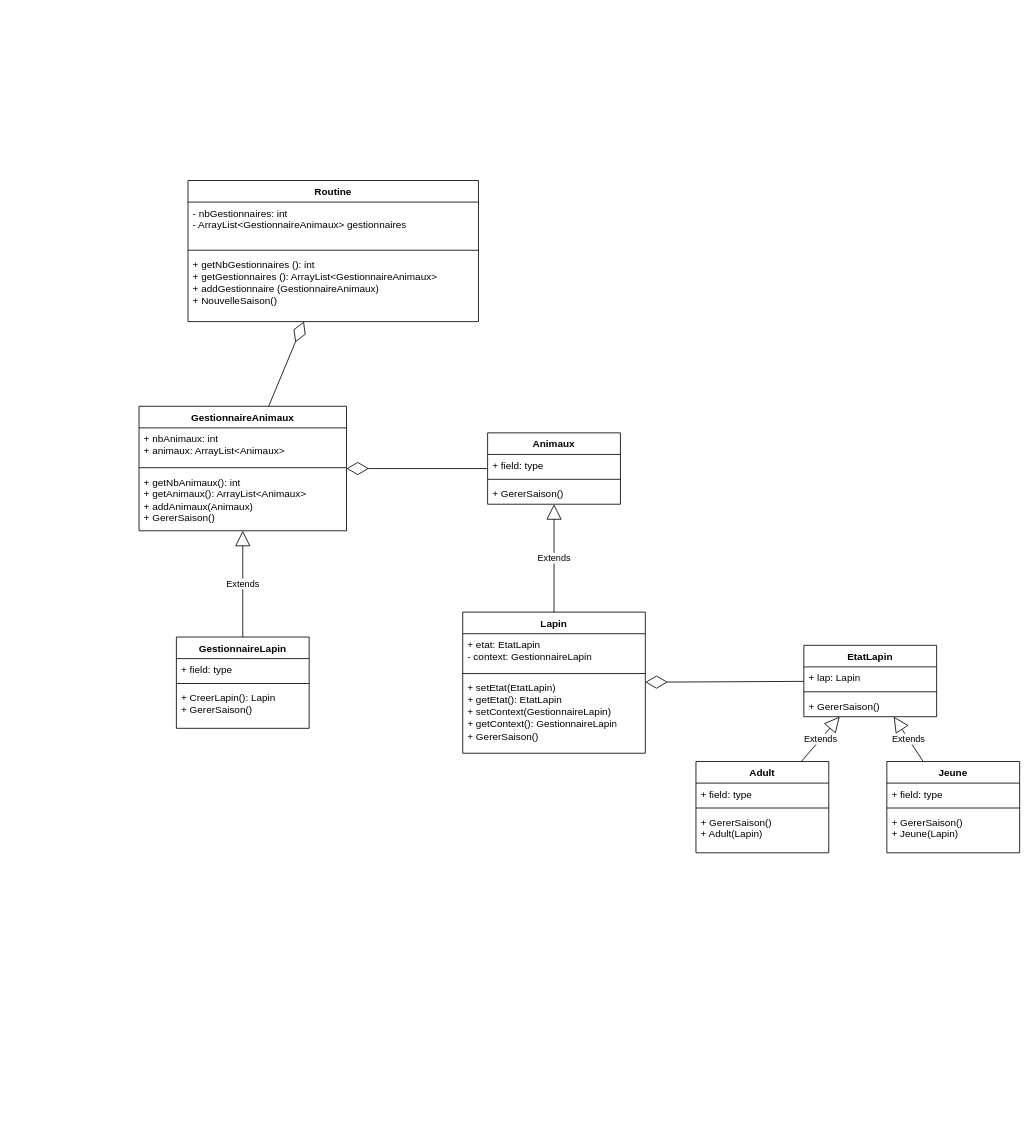
Before: Diagramme sans nom.drawio in myumally/Lapin, a draw.io diagram. Source tidied: cells renumbered, new cells numbered last; positions are measured from the earlier drawing's top-left corner, leaving out a move shared by most shapes. Both pictures are drawn from the tidied source at 83%, with x=0, y=0 at pixel (139, 180).
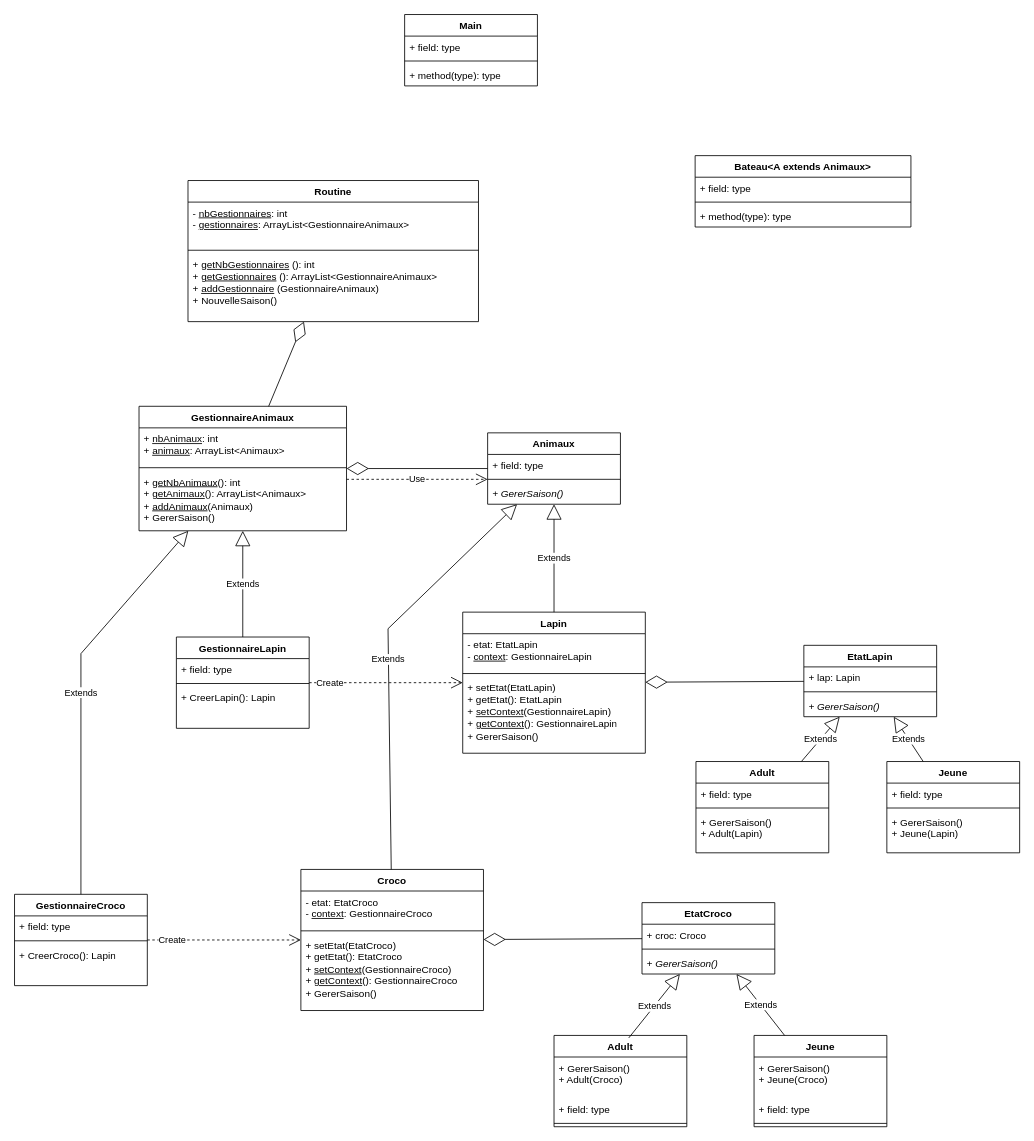
The same diagram, later.

Commit message:
Mettre à jour Diagramme sans nom.drawio

Unchanged cells that the change refers to:
```xml
<mxCell id="2" value="Routine" style="swimlane;fontStyle=1;align=center;verticalAlign=top;horizontal=1;startSize=26;whiteSpace=wrap;html=1;" parent="1" vertex="1">
  <mxGeometry x="59" width="350" height="170" as="geometry" />
</mxCell>
<mxCell id="6" value="Animaux" style="swimlane;fontStyle=1;align=center;verticalAlign=top;horizontal=1;startSize=26;whiteSpace=wrap;html=1;" parent="1" vertex="1">
  <mxGeometry x="420" y="304" width="160" height="86" as="geometry" />
</mxCell>
<mxCell id="10" value="GestionnaireAnimaux" style="swimlane;fontStyle=1;align=center;verticalAlign=top;horizontal=1;startSize=26;whiteSpace=wrap;html=1;" parent="1" vertex="1">
  <mxGeometry y="272" width="250" height="150" as="geometry" />
</mxCell>
<mxCell id="14" value="Lapin" style="swimlane;fontStyle=1;align=center;verticalAlign=top;horizontal=1;startSize=26;whiteSpace=wrap;html=1;" parent="1" vertex="1">
  <mxGeometry x="390" y="520" width="220" height="170" as="geometry" />
</mxCell>
<mxCell id="18" value="GestionnaireLapin" style="swimlane;fontStyle=1;align=center;verticalAlign=top;horizontal=1;startSize=26;whiteSpace=wrap;html=1;" parent="1" vertex="1">
  <mxGeometry x="45" y="550" width="160" height="110" as="geometry" />
</mxCell>
<mxCell id="22" value="EtatLapin" style="swimlane;fontStyle=1;align=center;verticalAlign=top;horizontal=1;startSize=26;whiteSpace=wrap;html=1;" parent="1" vertex="1">
  <mxGeometry x="801" y="560" width="160" height="86" as="geometry" />
</mxCell>
```

Diff of the diagram source:
```diff
@@
-    <mxCell id="3" value="&lt;div&gt;- nbGestionnaires: int&lt;/div&gt;&lt;div&gt;- ArrayList&amp;lt;GestionnaireAnimaux&amp;gt; gestionnaires&lt;br&gt;&lt;/div&gt;" style="text;strokeColor=none;fillColor=none;align=left;verticalAlign=top;spacingLeft=4;spacingRight=4;overflow=hidden;whiteSpace=wrap;html=1;" parent="2" vertex="1">
+    <mxCell id="3" value="&lt;div&gt;- &lt;u&gt;nbGestionnaires&lt;/u&gt;: int&lt;/div&gt;&lt;div&gt;- &lt;u&gt;gestionnaires&lt;/u&gt;: ArrayList&amp;lt;GestionnaireAnimaux&amp;gt;&lt;br&gt;&lt;/div&gt;" style="text;strokeColor=none;fillColor=none;align=left;verticalAlign=top;spacingLeft=4;spacingRight=4;overflow=hidden;whiteSpace=wrap;html=1;" parent="2" vertex="1">
       <mxGeometry y="26" width="350" height="54" as="geometry" />
     </mxCell>
@@
-    <mxCell id="5" value="&lt;div&gt;+ &lt;span style=&quot;white-space: pre;&quot;&gt;getNbGestionnaires&lt;/span&gt;&lt;span style=&quot;color: rgb(220, 220, 170); white-space: pre;&quot;&gt; &lt;/span&gt;&lt;span style=&quot;white-space: normal&quot;&gt;(): int&lt;/span&gt;&lt;/div&gt;&lt;div&gt;&lt;span style=&quot;white-space: normal&quot;&gt;+ &lt;/span&gt;&lt;span style=&quot;white-space: pre;&quot;&gt;getGestionnaires (): &lt;/span&gt;&lt;span style=&quot;white-space: pre;&quot;&gt;ArrayList&lt;/span&gt;&lt;span style=&quot;white-space: pre;&quot;&gt;&amp;lt;&lt;/span&gt;&lt;span style=&quot;white-space: pre;&quot;&gt;GestionnaireAnimaux&lt;/span&gt;&lt;span style=&quot;white-space: pre;&quot;&gt;&amp;gt;&lt;/span&gt;&lt;/div&gt;&lt;div&gt;&lt;span style=&quot;white-space: pre;&quot;&gt;+ &lt;/span&gt;&lt;span style=&quot;white-space: pre;&quot;&gt;addGestionnaire (&lt;/span&gt;&lt;span style=&quot;white-space: pre;&quot;&gt;GestionnaireAnimaux)&lt;/span&gt;&lt;/div&gt;&lt;div&gt;&lt;span style=&quot;white-space: pre;&quot;&gt;+ &lt;/span&gt;&lt;span style=&quot;white-space: pre;&quot;&gt;NouvelleSaison()&lt;/span&gt;&lt;/div&gt;&lt;div&gt;&lt;span style=&quot;white-space: normal&quot;&gt;&lt;/span&gt;&lt;/div&gt;" style="text;strokeColor=none;fillColor=none;align=left;verticalAlign=top;spacingLeft=4;spacingRight=4;overflow=hidden;whiteSpace=wrap;html=1;" parent="2" vertex="1">
+    <mxCell id="5" value="&lt;div&gt;+ &lt;u&gt;&lt;span style=&quot;white-space: pre;&quot;&gt;getNbGestionnaires&lt;/span&gt;&lt;/u&gt;&lt;span style=&quot;color: rgb(220, 220, 170); white-space: pre;&quot;&gt; &lt;/span&gt;&lt;span style=&quot;white-space: normal&quot;&gt;(): int&lt;/span&gt;&lt;/div&gt;&lt;div&gt;&lt;span style=&quot;white-space: normal&quot;&gt;+ &lt;/span&gt;&lt;span style=&quot;white-space: pre;&quot;&gt;&lt;u&gt;getGestionnaires&lt;/u&gt; (): &lt;/span&gt;&lt;span style=&quot;white-space: pre;&quot;&gt;ArrayList&lt;/span&gt;&lt;span style=&quot;white-space: pre;&quot;&gt;&amp;lt;&lt;/span&gt;&lt;span style=&quot;white-space: pre;&quot;&gt;GestionnaireAnimaux&lt;/span&gt;&lt;span style=&quot;white-space: pre;&quot;&gt;&amp;gt;&lt;/span&gt;&lt;/div&gt;&lt;div&gt;&lt;span style=&quot;white-space: pre;&quot;&gt;+ &lt;/span&gt;&lt;span style=&quot;white-space: pre;&quot;&gt;&lt;u&gt;addGestionnaire&lt;/u&gt; (&lt;/span&gt;&lt;span style=&quot;white-space: pre;&quot;&gt;GestionnaireAnimaux)&lt;/span&gt;&lt;/div&gt;&lt;div&gt;&lt;span style=&quot;white-space: pre;&quot;&gt;+ &lt;/span&gt;&lt;span style=&quot;white-space: pre;&quot;&gt;NouvelleSaison()&lt;/span&gt;&lt;/div&gt;&lt;div&gt;&lt;span style=&quot;white-space: normal&quot;&gt;&lt;/span&gt;&lt;/div&gt;" style="text;strokeColor=none;fillColor=none;align=left;verticalAlign=top;spacingLeft=4;spacingRight=4;overflow=hidden;whiteSpace=wrap;html=1;" parent="2" vertex="1">
       <mxGeometry y="88" width="350" height="82" as="geometry" />
     </mxCell>
@@
-    <mxCell id="9" value="+ GererSaison()" style="text;strokeColor=none;fillColor=none;align=left;verticalAlign=top;spacingLeft=4;spacingRight=4;overflow=hidden;whiteSpace=wrap;html=1;" parent="6" vertex="1">
+    <mxCell id="9" value="&lt;i&gt;+ GererSaison()&lt;/i&gt;" style="text;strokeColor=none;fillColor=none;align=left;verticalAlign=top;spacingLeft=4;spacingRight=4;overflow=hidden;whiteSpace=wrap;html=1;" parent="6" vertex="1">
       <mxGeometry y="60" width="160" height="26" as="geometry" />
     </mxCell>
@@
-    <mxCell id="11" value="&lt;div&gt;+ &lt;font style=&quot;white-space: pre;&quot; color=&quot;#000000&quot;&gt;nbAnimaux&lt;/font&gt;: int&lt;/div&gt;&lt;div&gt;+ animaux: ArrayList&amp;lt;Animaux&amp;gt;&lt;br&gt;&lt;/div&gt;" style="text;strokeColor=none;fillColor=none;align=left;verticalAlign=top;spacingLeft=4;spacingRight=4;overflow=hidden;whiteSpace=wrap;html=1;" parent="10" vertex="1">
+    <mxCell id="11" value="&lt;div&gt;+ &lt;u&gt;&lt;font style=&quot;white-space: pre;&quot; color=&quot;#000000&quot;&gt;nbAnimaux&lt;/font&gt;&lt;/u&gt;: int&lt;/div&gt;&lt;div&gt;+ &lt;u&gt;animaux&lt;/u&gt;: ArrayList&amp;lt;Animaux&amp;gt;&lt;br&gt;&lt;/div&gt;" style="text;strokeColor=none;fillColor=none;align=left;verticalAlign=top;spacingLeft=4;spacingRight=4;overflow=hidden;whiteSpace=wrap;html=1;" parent="10" vertex="1">
       <mxGeometry y="26" width="250" height="44" as="geometry" />
     </mxCell>
@@
-    <mxCell id="13" value="&lt;div&gt;+ &lt;span style=&quot;white-space: pre;&quot;&gt;getNbAnimaux&lt;/span&gt;(): int&lt;/div&gt;&lt;div&gt;+ getAnimaux(): ArrayList&amp;lt;Animaux&amp;gt;&lt;/div&gt;&lt;div&gt;+ addAnimaux(Animaux)&lt;/div&gt;&lt;div&gt;+ GererSaison()&lt;br&gt;&lt;/div&gt;" style="text;strokeColor=none;fillColor=none;align=left;verticalAlign=top;spacingLeft=4;spacingRight=4;overflow=hidden;whiteSpace=wrap;html=1;" parent="10" vertex="1">
+    <mxCell id="13" value="&lt;div&gt;+ &lt;u&gt;&lt;span style=&quot;white-space: pre;&quot;&gt;getNbAnimaux&lt;/span&gt;&lt;/u&gt;(): int&lt;/div&gt;&lt;div&gt;+ &lt;u&gt;getAnimaux&lt;/u&gt;(): ArrayList&amp;lt;Animaux&amp;gt;&lt;/div&gt;&lt;div&gt;+ &lt;u&gt;addAnimaux&lt;/u&gt;(Animaux)&lt;/div&gt;&lt;div&gt;+ GererSaison()&lt;br&gt;&lt;/div&gt;" style="text;strokeColor=none;fillColor=none;align=left;verticalAlign=top;spacingLeft=4;spacingRight=4;overflow=hidden;whiteSpace=wrap;html=1;" parent="10" vertex="1">
       <mxGeometry y="78" width="250" height="72" as="geometry" />
     </mxCell>
@@
-    <mxCell id="15" value="&lt;div&gt;+ etat: EtatLapin&lt;/div&gt;&lt;div&gt;- context: GestionnaireLapin&lt;br&gt;&lt;/div&gt;" style="text;strokeColor=none;fillColor=none;align=left;verticalAlign=top;spacingLeft=4;spacingRight=4;overflow=hidden;whiteSpace=wrap;html=1;" parent="14" vertex="1">
+    <mxCell id="15" value="&lt;div&gt;- etat: EtatLapin&lt;/div&gt;&lt;div&gt;- &lt;u&gt;context&lt;/u&gt;: GestionnaireLapin&lt;br&gt;&lt;/div&gt;" style="text;strokeColor=none;fillColor=none;align=left;verticalAlign=top;spacingLeft=4;spacingRight=4;overflow=hidden;whiteSpace=wrap;html=1;" parent="14" vertex="1">
       <mxGeometry y="26" width="220" height="44" as="geometry" />
     </mxCell>
@@
-    <mxCell id="17" value="&lt;div&gt;+ setEtat(EtatLapin)&lt;/div&gt;&lt;div&gt;+ getEtat(): EtatLapin&lt;/div&gt;&lt;div&gt;+ setContext(GestionnaireLapin)&lt;/div&gt;&lt;div&gt;+ getContext(): GestionnaireLapin&lt;/div&gt;&lt;div&gt;+ GererSaison()&lt;br&gt;&lt;/div&gt;" style="text;strokeColor=none;fillColor=none;align=left;verticalAlign=top;spacingLeft=4;spacingRight=4;overflow=hidden;whiteSpace=wrap;html=1;" parent="14" vertex="1">
+    <mxCell id="17" value="&lt;div&gt;+ setEtat(EtatLapin)&lt;/div&gt;&lt;div&gt;+ getEtat(): EtatLapin&lt;/div&gt;&lt;div&gt;+ &lt;u&gt;setContext&lt;/u&gt;(GestionnaireLapin)&lt;/div&gt;&lt;div&gt;+ &lt;u&gt;getContext&lt;/u&gt;(): GestionnaireLapin&lt;/div&gt;&lt;div&gt;+ GererSaison()&lt;br&gt;&lt;/div&gt;" style="text;strokeColor=none;fillColor=none;align=left;verticalAlign=top;spacingLeft=4;spacingRight=4;overflow=hidden;whiteSpace=wrap;html=1;" parent="14" vertex="1">
       <mxGeometry y="78" width="220" height="92" as="geometry" />
     </mxCell>
@@
-    <mxCell id="21" value="&lt;div&gt;+ CreerLapin(): Lapin&lt;/div&gt;&lt;div&gt;+ GererSaison()&lt;br&gt;&lt;/div&gt;" style="text;strokeColor=none;fillColor=none;align=left;verticalAlign=top;spacingLeft=4;spacingRight=4;overflow=hidden;whiteSpace=wrap;html=1;" parent="18" vertex="1">
+    <mxCell id="21" value="&lt;div&gt;+ CreerLapin(): Lapin&lt;/div&gt;" style="text;strokeColor=none;fillColor=none;align=left;verticalAlign=top;spacingLeft=4;spacingRight=4;overflow=hidden;whiteSpace=wrap;html=1;" parent="18" vertex="1">
       <mxGeometry y="60" width="160" height="50" as="geometry" />
     </mxCell>
@@
-    <mxCell id="25" value="+ GererSaison()" style="text;strokeColor=none;fillColor=none;align=left;verticalAlign=top;spacingLeft=4;spacingRight=4;overflow=hidden;whiteSpace=wrap;html=1;" parent="22" vertex="1">
+    <mxCell id="25" value="&lt;i&gt;+ GererSaison()&lt;/i&gt;" style="text;strokeColor=none;fillColor=none;align=left;verticalAlign=top;spacingLeft=4;spacingRight=4;overflow=hidden;whiteSpace=wrap;html=1;" parent="22" vertex="1">
       <mxGeometry y="60" width="160" height="26" as="geometry" />
     </mxCell>
@@
+    <mxCell id="41" value="Main" style="swimlane;fontStyle=1;align=center;verticalAlign=top;horizontal=1;startSize=26;whiteSpace=wrap;html=1;" parent="1" vertex="1">
+      <mxGeometry x="320" y="-200" width="160" height="86" as="geometry" />
+    </mxCell>
+    <mxCell id="42" value="+ field: type" style="text;strokeColor=none;fillColor=none;align=left;verticalAlign=top;spacingLeft=4;spacingRight=4;overflow=hidden;whiteSpace=wrap;html=1;" parent="41" vertex="1">
+      <mxGeometry y="26" width="160" height="26" as="geometry" />
+    </mxCell>
+    <mxCell id="43" style="line;strokeWidth=1;fillColor=none;align=left;verticalAlign=middle;spacingTop=-1;spacingLeft=3;spacingRight=3;labelPosition=right;strokeColor=inherit;" parent="41" vertex="1">
+      <mxGeometry y="52" width="160" height="8" as="geometry" />
+    </mxCell>
+    <mxCell id="44" value="+ method(type): type" style="text;strokeColor=none;fillColor=none;align=left;verticalAlign=top;spacingLeft=4;spacingRight=4;overflow=hidden;whiteSpace=wrap;html=1;" parent="41" vertex="1">
+      <mxGeometry y="60" width="160" height="26" as="geometry" />
+    </mxCell>
+    <mxCell id="45" value="Use" style="endArrow=open;endSize=12;dashed=1;html=1;rounded=0;" parent="1" edge="1">
+      <mxGeometry relative="1" as="geometry">
+        <mxPoint x="250" y="360" as="sourcePoint" />
+        <mxPoint x="420" y="360" as="targetPoint" />
+      </mxGeometry>
+    </mxCell>
+    <mxCell id="46" value="Create" style="endArrow=open;endSize=12;dashed=1;html=1;rounded=0;" parent="1" edge="1" source="18" target="14">
+      <mxGeometry x="-0.73" relative="1" as="geometry" />
+    </mxCell>
+    <mxCell id="47" value="Croco" style="swimlane;fontStyle=1;align=center;verticalAlign=top;horizontal=1;startSize=26;whiteSpace=wrap;html=1;" parent="1" vertex="1">
+      <mxGeometry x="195" y="830" width="220" height="170" as="geometry" />
+    </mxCell>
+    <mxCell id="48" value="&lt;div&gt;- etat: EtatCroco&lt;/div&gt;&lt;div&gt;- &lt;u&gt;context&lt;/u&gt;: GestionnaireCroco&lt;br&gt;&lt;/div&gt;" style="text;strokeColor=none;fillColor=none;align=left;verticalAlign=top;spacingLeft=4;spacingRight=4;overflow=hidden;whiteSpace=wrap;html=1;" parent="47" vertex="1">
+      <mxGeometry y="26" width="220" height="44" as="geometry" />
+    </mxCell>
+    <mxCell id="49" style="line;strokeWidth=1;fillColor=none;align=left;verticalAlign=middle;spacingTop=-1;spacingLeft=3;spacingRight=3;labelPosition=right;strokeColor=inherit;" parent="47" vertex="1">
+      <mxGeometry y="70" width="220" height="8" as="geometry" />
+    </mxCell>
+    <mxCell id="50" value="&lt;div&gt;+ setEtat(EtatCroco)&lt;/div&gt;&lt;div&gt;+ getEtat(): EtatCroco&lt;/div&gt;&lt;div&gt;+ &lt;u&gt;setContext&lt;/u&gt;(GestionnaireCroco)&lt;/div&gt;&lt;div&gt;+ &lt;u&gt;getContext&lt;/u&gt;(): GestionnaireCroco&lt;/div&gt;&lt;div&gt;+ GererSaison()&lt;br&gt;&lt;/div&gt;" style="text;strokeColor=none;fillColor=none;align=left;verticalAlign=top;spacingLeft=4;spacingRight=4;overflow=hidden;whiteSpace=wrap;html=1;" parent="47" vertex="1">
+      <mxGeometry y="78" width="220" height="92" as="geometry" />
+    </mxCell>
+    <mxCell id="51" value="GestionnaireCroco" style="swimlane;fontStyle=1;align=center;verticalAlign=top;horizontal=1;startSize=26;whiteSpace=wrap;html=1;" parent="1" vertex="1">
+      <mxGeometry x="-150" y="860" width="160" height="110" as="geometry" />
+    </mxCell>
+    <mxCell id="52" value="+ field: type" style="text;strokeColor=none;fillColor=none;align=left;verticalAlign=top;spacingLeft=4;spacingRight=4;overflow=hidden;whiteSpace=wrap;html=1;" parent="51" vertex="1">
+      <mxGeometry y="26" width="160" height="26" as="geometry" />
+    </mxCell>
+    <mxCell id="53" style="line;strokeWidth=1;fillColor=none;align=left;verticalAlign=middle;spacingTop=-1;spacingLeft=3;spacingRight=3;labelPosition=right;strokeColor=inherit;" parent="51" vertex="1">
+      <mxGeometry y="52" width="160" height="8" as="geometry" />
+    </mxCell>
+    <mxCell id="54" value="&lt;div&gt;+ CreerCroco(): Lapin&lt;/div&gt;" style="text;strokeColor=none;fillColor=none;align=left;verticalAlign=top;spacingLeft=4;spacingRight=4;overflow=hidden;whiteSpace=wrap;html=1;" parent="51" vertex="1">
+      <mxGeometry y="60" width="160" height="50" as="geometry" />
+    </mxCell>
+    <mxCell id="55" value="EtatCroco" style="swimlane;fontStyle=1;align=center;verticalAlign=top;horizontal=1;startSize=26;whiteSpace=wrap;html=1;" parent="1" vertex="1">
+      <mxGeometry x="606" y="870" width="160" height="86" as="geometry" />
+    </mxCell>
+    <mxCell id="56" value="+ croc: Croco" style="text;strokeColor=none;fillColor=none;align=left;verticalAlign=top;spacingLeft=4;spacingRight=4;overflow=hidden;whiteSpace=wrap;html=1;" parent="55" vertex="1">
+      <mxGeometry y="26" width="160" height="26" as="geometry" />
+    </mxCell>
+    <mxCell id="57" style="line;strokeWidth=1;fillColor=none;align=left;verticalAlign=middle;spacingTop=-1;spacingLeft=3;spacingRight=3;labelPosition=right;strokeColor=inherit;" parent="55" vertex="1">
+      <mxGeometry y="52" width="160" height="8" as="geometry" />
+    </mxCell>
+    <mxCell id="58" value="&lt;i&gt;+ GererSaison()&lt;/i&gt;" style="text;strokeColor=none;fillColor=none;align=left;verticalAlign=top;spacingLeft=4;spacingRight=4;overflow=hidden;whiteSpace=wrap;html=1;" parent="55" vertex="1">
+      <mxGeometry y="60" width="160" height="26" as="geometry" />
+    </mxCell>
+    <mxCell id="59" value="Adult" style="swimlane;fontStyle=1;align=center;verticalAlign=top;horizontal=1;startSize=26;whiteSpace=wrap;html=1;" parent="1" vertex="1">
+      <mxGeometry x="500" y="1030" width="160" height="110" as="geometry" />
+    </mxCell>
+    <mxCell id="60" value="&lt;div&gt;+ GererSaison()&lt;/div&gt;&lt;div&gt;+ Adult(Croco)&lt;br&gt;&lt;/div&gt;" style="text;strokeColor=none;fillColor=none;align=left;verticalAlign=top;spacingLeft=4;spacingRight=4;overflow=hidden;whiteSpace=wrap;html=1;" parent="59" vertex="1">
+      <mxGeometry y="26" width="160" height="50" as="geometry" />
+    </mxCell>
+    <mxCell id="61" value="+ field: type" style="text;strokeColor=none;fillColor=none;align=left;verticalAlign=top;spacingLeft=4;spacingRight=4;overflow=hidden;whiteSpace=wrap;html=1;" parent="59" vertex="1">
+      <mxGeometry y="76" width="160" height="26" as="geometry" />
+    </mxCell>
+    <mxCell id="62" style="line;strokeWidth=1;fillColor=none;align=left;verticalAlign=middle;spacingTop=-1;spacingLeft=3;spacingRight=3;labelPosition=right;strokeColor=inherit;" parent="59" vertex="1">
+      <mxGeometry y="102" width="160" height="8" as="geometry" />
+    </mxCell>
+    <mxCell id="63" value="Jeune" style="swimlane;fontStyle=1;align=center;verticalAlign=top;horizontal=1;startSize=26;whiteSpace=wrap;html=1;" parent="1" vertex="1">
+      <mxGeometry x="741" y="1030" width="160" height="110" as="geometry" />
+    </mxCell>
+    <mxCell id="64" value="&lt;div&gt;+ GererSaison()&lt;/div&gt;&lt;div&gt;+ Jeune(Croco)&lt;br&gt;&lt;/div&gt;" style="text;strokeColor=none;fillColor=none;align=left;verticalAlign=top;spacingLeft=4;spacingRight=4;overflow=hidden;whiteSpace=wrap;html=1;" parent="63" vertex="1">
+      <mxGeometry y="26" width="160" height="50" as="geometry" />
+    </mxCell>
+    <mxCell id="65" value="+ field: type" style="text;strokeColor=none;fillColor=none;align=left;verticalAlign=top;spacingLeft=4;spacingRight=4;overflow=hidden;whiteSpace=wrap;html=1;" parent="63" vertex="1">
+      <mxGeometry y="76" width="160" height="26" as="geometry" />
+    </mxCell>
+    <mxCell id="66" style="line;strokeWidth=1;fillColor=none;align=left;verticalAlign=middle;spacingTop=-1;spacingLeft=3;spacingRight=3;labelPosition=right;strokeColor=inherit;" parent="63" vertex="1">
+      <mxGeometry y="102" width="160" height="8" as="geometry" />
+    </mxCell>
+    <mxCell id="67" value="Extends" style="endArrow=block;endSize=16;endFill=0;html=1;rounded=0;exitX=0.563;exitY=0.027;exitDx=0;exitDy=0;exitPerimeter=0;" parent="1" edge="1" source="59" target="55">
+      <mxGeometry relative="1" as="geometry" />
+    </mxCell>
+    <mxCell id="68" value="Extends" style="endArrow=block;endSize=16;endFill=0;html=1;rounded=0;" parent="1" edge="1" source="63" target="55">
+      <mxGeometry relative="1" as="geometry" />
+    </mxCell>
+    <mxCell id="69" style="endArrow=diamondThin;endFill=0;endSize=24;html=1;rounded=0;" parent="1" edge="1" source="55" target="47">
+      <mxGeometry relative="1" as="geometry" />
+    </mxCell>
+    <mxCell id="70" value="Create" style="endArrow=open;endSize=12;dashed=1;html=1;rounded=0;" parent="1" edge="1" source="51" target="47">
+      <mxGeometry x="-0.68" relative="1" as="geometry" />
+    </mxCell>
+    <mxCell id="71" value="Extends" style="endArrow=block;endSize=16;endFill=0;html=1;rounded=0;" parent="1" edge="1" source="51" target="10">
+      <mxGeometry relative="1" as="geometry">
+        <Array as="points">
+          <mxPoint x="-70" y="570" />
+        </Array>
+      </mxGeometry>
+    </mxCell>
+    <mxCell id="72" value="Extends" style="endArrow=block;endSize=16;endFill=0;html=1;rounded=0;" parent="1" edge="1" source="47" target="6">
+      <mxGeometry relative="1" as="geometry">
+        <Array as="points">
+          <mxPoint x="300" y="540" />
+        </Array>
+      </mxGeometry>
+    </mxCell>
+    <mxCell id="73" value="Bateau&amp;lt;A extends Animaux&amp;gt;" style="swimlane;fontStyle=1;align=center;verticalAlign=top;horizontal=1;startSize=26;whiteSpace=wrap;html=1;" parent="1" vertex="1">
+      <mxGeometry x="670" y="-30" width="260" height="86" as="geometry" />
+    </mxCell>
+    <mxCell id="74" value="+ field: type" style="text;strokeColor=none;fillColor=none;align=left;verticalAlign=top;spacingLeft=4;spacingRight=4;overflow=hidden;whiteSpace=wrap;html=1;" parent="73" vertex="1">
+      <mxGeometry y="26" width="260" height="26" as="geometry" />
+    </mxCell>
+    <mxCell id="75" style="line;strokeWidth=1;fillColor=none;align=left;verticalAlign=middle;spacingTop=-1;spacingLeft=3;spacingRight=3;labelPosition=right;strokeColor=inherit;" parent="73" vertex="1">
+      <mxGeometry y="52" width="260" height="8" as="geometry" />
+    </mxCell>
+    <mxCell id="76" value="+ method(type): type" style="text;strokeColor=none;fillColor=none;align=left;verticalAlign=top;spacingLeft=4;spacingRight=4;overflow=hidden;whiteSpace=wrap;html=1;" parent="73" vertex="1">
+      <mxGeometry y="60" width="260" height="26" as="geometry" />
+    </mxCell>
```
